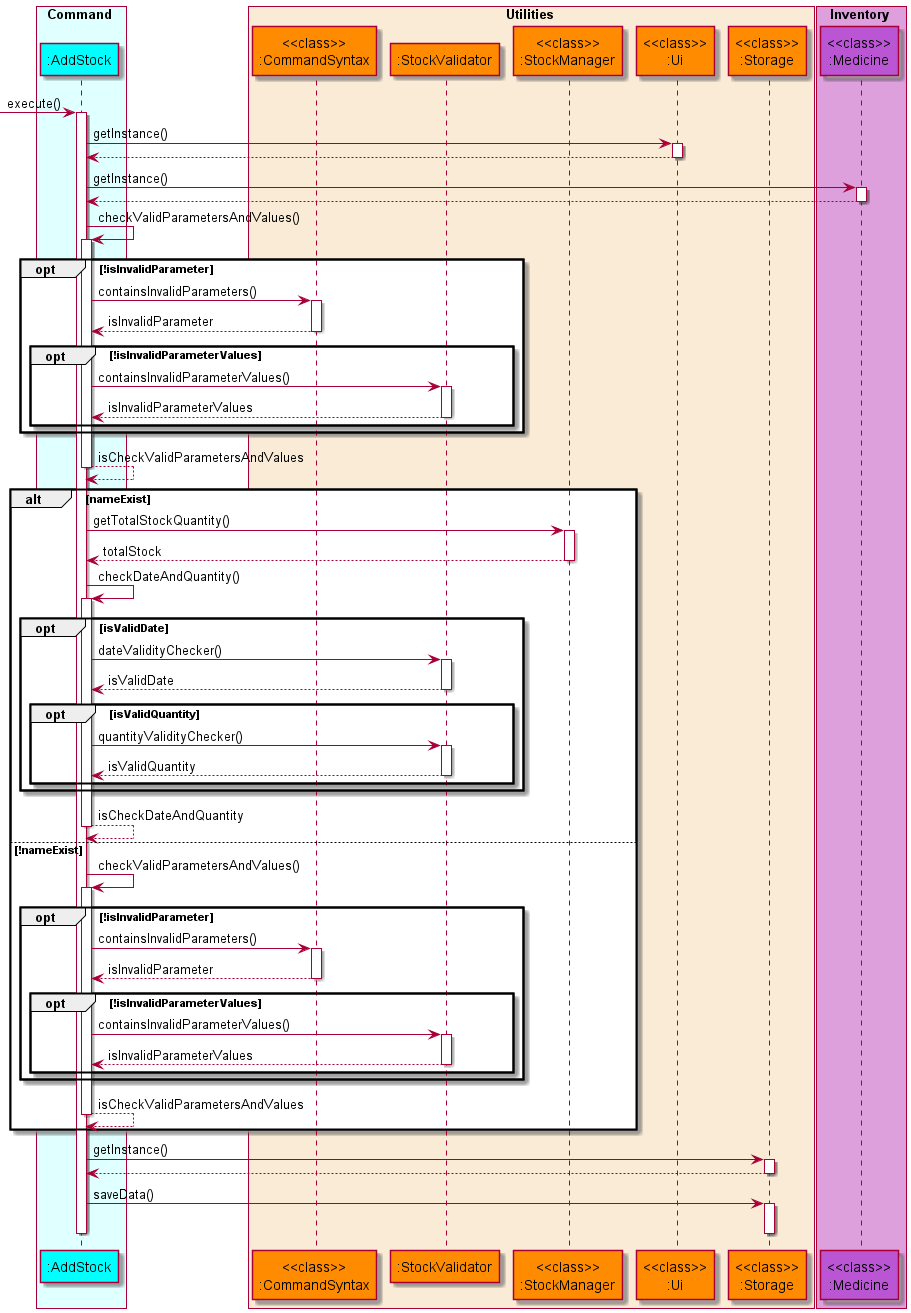
Before: docs/diagrams/diagram_images/AddStockSequenceDiagram.png, a diagram exported from PlantUML (nus-cs2113-AY2122S1/tp).
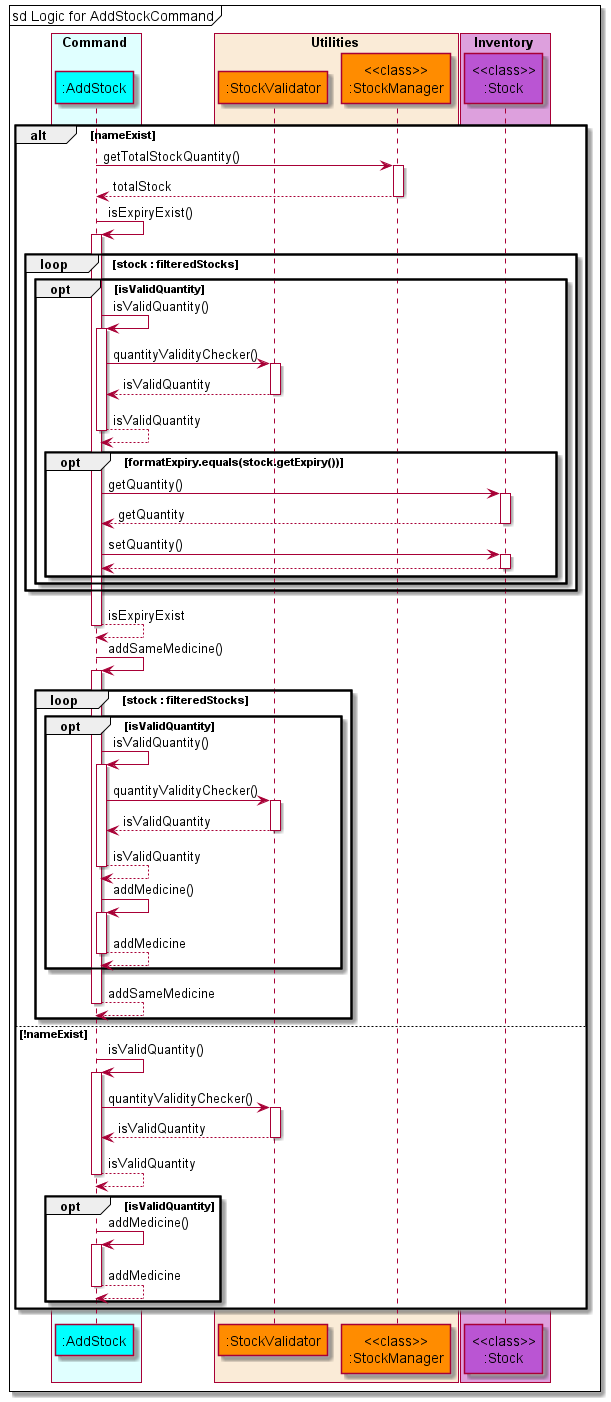
After the commit.

What changed in the source:
```diff
@@ -7,75 +7,62 @@
 end box
 
 box Utilities COLOR_UTILITIES_BOX
-    participant "<<class>>\n:CommandSyntax" as commandsyntax COLOR_UTILITIES
     participant ":StockValidator" as stockvalidator COLOR_UTILITIES
     participant "<<class>>\n:StockManager" as stockmanager COLOR_UTILITIES
-    participant "<<class>>\n:Ui" as ui COLOR_UTILITIES
-    participant "<<class>>\n:Storage" as storage COLOR_UTILITIES
 end box
 
 box Inventory COLOR_INVENTORY_BOX
-    participant "<<class>>\n:Medicine" as medicine COLOR_INVENTORY
+    participant "<<class>>\n:Stock" as stock COLOR_INVENTORY
 end box
 
 autoactivate on
+mainFrame sd Logic for AddStockCommand
 
--> addstock: execute()
-    addstock -> ui: getInstance()
-    addstock <-- ui
-    addstock -> medicine : getInstance()
-    addstock <-- medicine
+alt nameExist
+    addstock -> stockmanager: getTotalStockQuantity()
+    addstock <-- stockmanager: totalStock
+    addstock -> addstock : isExpiryExist()
+    loop stock : filteredStocks
+        opt isValidQuantity
+            addstock -> addstock : isValidQuantity()
+            addstock -> stockvalidator : quantityValidityChecker()
+            addstock <-- stockvalidator : isValidQuantity
+            addstock --> addstock : isValidQuantity
+            opt formatExpiry.equals(stock.getExpiry())
+                addstock -> stock : getQuantity()
+                addstock <-- stock : getQuantity
+                addstock -> stock : setQuantity()
+                addstock <-- stock :
+            end
+        end
+    end
+    addstock --> addstock : isExpiryExist
+    addstock -> addstock : addSameMedicine()
+    loop stock : filteredStocks
+        opt isValidQuantity
+        addstock -> addstock : isValidQuantity()
+        addstock -> stockvalidator : quantityValidityChecker()
+        addstock <-- stockvalidator : isValidQuantity
+        addstock --> addstock : isValidQuantity
+        addstock -> addstock : addMedicine()
+        addstock --> addstock : addMedicine
+        end
+        addstock --> addstock : addSameMedicine
+    end
+
+else !nameExist
+    addstock -> addstock : isValidQuantity()
+    addstock -> stockvalidator : quantityValidityChecker()
+    addstock <-- stockvalidator : isValidQuantity
+    addstock --> addstock : isValidQuantity
+    opt isValidQuantity
+        addstock -> addstock : addMedicine()
+        addstock --> addstock : addMedicine
+    end
+end
 
 
-
-        addstock -> addstock : checkValidParametersAndValues()
-        opt !isInvalidParameter
-            addstock -> commandsyntax : containsInvalidParameters()
-            addstock <-- commandsyntax : isInvalidParameter
-            opt !isInvalidParameterValues
-                addstock -> stockvalidator : containsInvalidParameterValues()
-                addstock <-- stockvalidator : isInvalidParameterValues
-
-                end
-            end
-            addstock --> addstock : isCheckValidParametersAndValues
-            alt nameExist
-                addstock -> stockmanager: getTotalStockQuantity()
-                addstock <-- stockmanager: totalStock
-
-
-                addstock -> addstock : checkDateAndQuantity()
-                    opt isValidDate
-                        addstock -> stockvalidator : dateValidityChecker()
-                        addstock <-- stockvalidator : isValidDate
-                        opt isValidQuantity
-                            addstock -> stockvalidator : quantityValidityChecker()
-                            addstock <-- stockvalidator : isValidQuantity
-
-                        end
-                    end
-                    addstock --> addstock : isCheckDateAndQuantity
-
-
-
-    else !nameExist
-        addstock -> addstock : checkValidParametersAndValues()
-        opt !isInvalidParameter
-            addstock -> commandsyntax : containsInvalidParameters()
-            addstock <-- commandsyntax : isInvalidParameter
-            opt !isInvalidParameterValues
-            addstock -> stockvalidator : containsInvalidParameterValues()
-            addstock <-- stockvalidator : isInvalidParameterValues
-            end
-        end
-        addstock --> addstock : isCheckValidParametersAndValues
-
-    end
-    addstock -> storage: getInstance()
-    addstock <-- storage
-    addstock -> storage: saveData()
-    deactivate storage
-    deactivate addstock
+deactivate addstock
 
 
 
```
